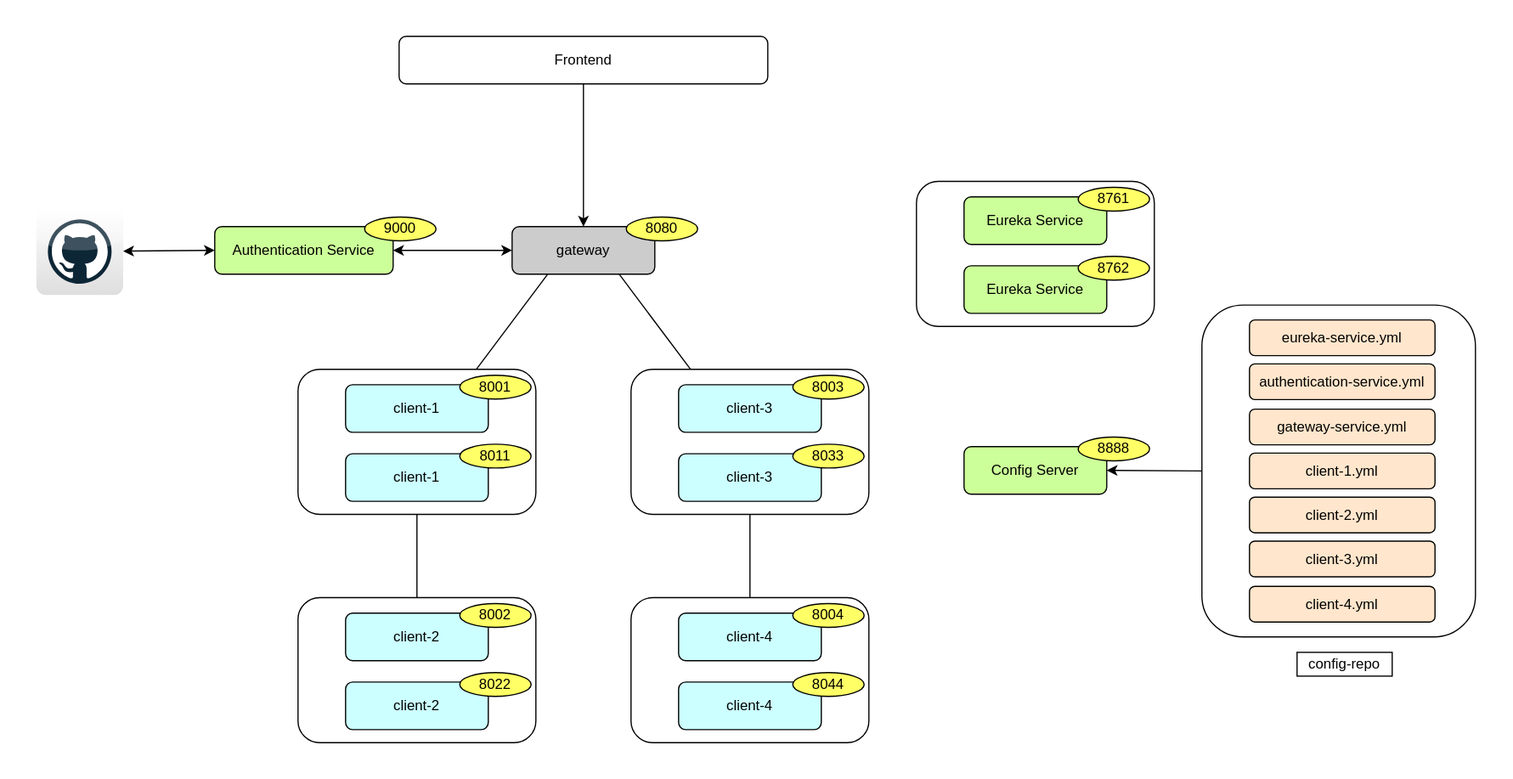
Above: microservice.drawio.svg in masakiii03/microservice-sample (draw.io), before the change. Source tidied: cells renumbered, new cells last; positions are measured from the earlier drawing's top-left corner, leaving out a move shared by most shapes.
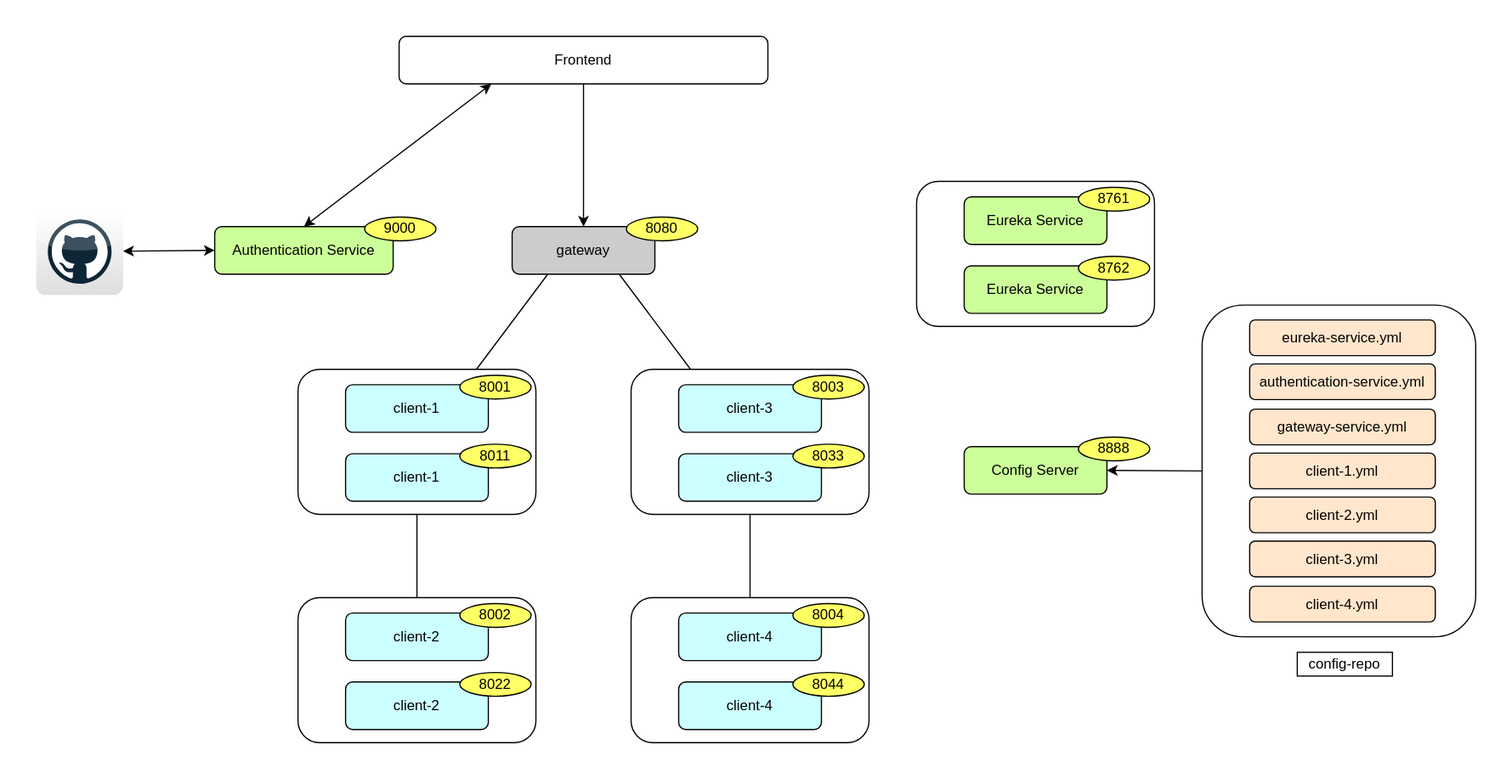
After the commit.

Change to the diagram source:
```diff
@@ -149,7 +149,7 @@
     <mxCell id="50" style="dashed=0;outlineConnect=0;html=1;align=center;labelPosition=center;verticalLabelPosition=bottom;verticalAlign=top;shape=mxgraph.webicons.github;gradientColor=#DFDEDE;" parent="1" vertex="1">
       <mxGeometry y="144.4" width="73" height="73.2" as="geometry" />
     </mxCell>
-    <mxCell id="51" style="endArrow=classic;startArrow=classic;html=1;rounded=0;entryX=1;entryY=0.5;entryDx=0;entryDy=0;exitX=0;exitY=0.5;exitDx=0;exitDy=0;" parent="1" edge="1" source="2" target="45">
+    <mxCell id="51" style="endArrow=classic;startArrow=classic;html=1;rounded=0;entryX=0.5;entryY=0;entryDx=0;entryDy=0;exitX=0.25;exitY=1;exitDx=0;exitDy=0;" parent="1" edge="1" source="48" target="45">
       <mxGeometry relative="1" as="geometry" />
     </mxCell>
   </root>
```
